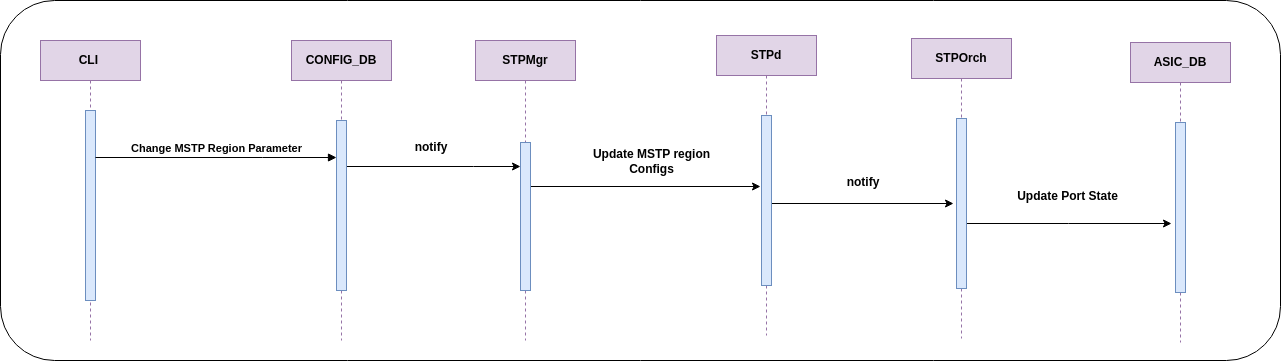
This is doc/MSTP/images/MSTP_Region_Name.drawio.png from sonic-net/SONiC, a draw.io export, as it was before one commit. Source tidied: cells renumbered, new cells last; positions are measured from the earlier drawing's top-left corner, leaving out a move shared by most shapes.
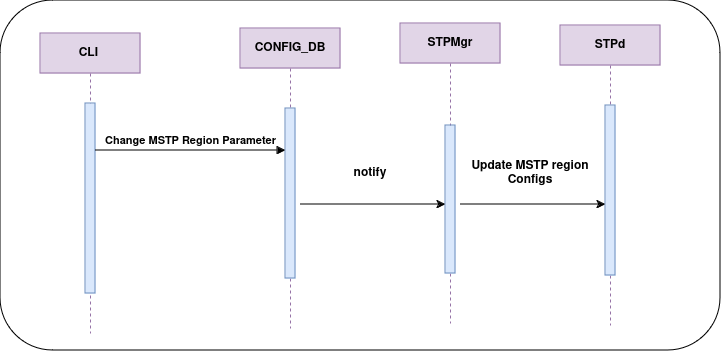
Above is the later version.

Change to the diagram source:
```diff
@@ -3,7 +3,7 @@
     <mxCell id="0" />
     <mxCell id="1" parent="0" />
     <mxCell id="2" style="rounded=1;whiteSpace=wrap;html=1;" parent="1" vertex="1">
-      <mxGeometry width="1280" height="360" as="geometry" />
+      <mxGeometry y="7" width="720" height="350" as="geometry" />
     </mxCell>
     <mxCell id="3" value="CLI&amp;nbsp;" style="shape=umlLifeline;perimeter=lifelinePerimeter;whiteSpace=wrap;html=1;newEdgeStyle={&quot;edgeStyle&quot;:&quot;elbowEdgeStyle&quot;,&quot;elbow&quot;:&quot;vertical&quot;,&quot;curved&quot;:0,&quot;rounded&quot;:0};fillColor=#e1d5e7;strokeColor=#9673a6;fontStyle=1;" parent="1" vertex="1">
       <mxGeometry x="40" y="40" width="100" height="300" as="geometry" />
@@ -11,15 +11,8 @@
     <mxCell id="4" style="html=1;points=[];perimeter=orthogonalPerimeter;outlineConnect=0;targetShapes=umlLifeline;portConstraint=eastwest;newEdgeStyle={&quot;edgeStyle&quot;:&quot;elbowEdgeStyle&quot;,&quot;elbow&quot;:&quot;vertical&quot;,&quot;curved&quot;:0,&quot;rounded&quot;:0};fillColor=#dae8fc;strokeColor=#6c8ebf;fontStyle=1;" parent="3" vertex="1">
       <mxGeometry x="45" y="70" width="10" height="190" as="geometry" />
     </mxCell>
-    <mxCell id="5" style="edgeStyle=elbowEdgeStyle;rounded=0;jettySize=auto;html=1;elbow=vertical;curved=0;fontStyle=1;" parent="1" edge="1" source="6" target="11">
-      <mxGeometry relative="1" as="geometry">
-        <Array as="points">
-          <mxPoint x="473" y="166" />
-        </Array>
-      </mxGeometry>
-    </mxCell>
     <mxCell id="6" value="CONFIG_DB" style="shape=umlLifeline;perimeter=lifelinePerimeter;whiteSpace=wrap;html=1;outlineConnect=0;portConstraint=eastwest;newEdgeStyle={&quot;edgeStyle&quot;:&quot;elbowEdgeStyle&quot;,&quot;elbow&quot;:&quot;vertical&quot;,&quot;curved&quot;:0,&quot;rounded&quot;:0};fillColor=#e1d5e7;strokeColor=#9673a6;fontStyle=1;" parent="1" vertex="1">
-      <mxGeometry x="291" y="40" width="100" height="300" as="geometry" />
+      <mxGeometry x="240" y="35" width="100" height="300" as="geometry" />
     </mxCell>
     <mxCell id="7" style="html=1;points=[];perimeter=orthogonalPerimeter;outlineConnect=0;targetShapes=umlLifeline;portConstraint=eastwest;newEdgeStyle={&quot;edgeStyle&quot;:&quot;elbowEdgeStyle&quot;,&quot;elbow&quot;:&quot;vertical&quot;,&quot;curved&quot;:0,&quot;rounded&quot;:0};fillColor=#dae8fc;strokeColor=#6c8ebf;fontStyle=1;" parent="6" vertex="1">
       <mxGeometry x="45" y="80" width="10" height="170" as="geometry" />
@@ -32,57 +25,38 @@
         </Array>
       </mxGeometry>
     </mxCell>
-    <mxCell id="9" style="edgeStyle=elbowEdgeStyle;rounded=0;jettySize=auto;html=1;elbow=vertical;curved=0;fontStyle=1;" parent="1" edge="1" source="10">
-      <mxGeometry relative="1" as="geometry">
-        <mxPoint x="760" y="186" as="targetPoint" />
-      </mxGeometry>
-    </mxCell>
     <mxCell id="10" value="STPMgr" style="shape=umlLifeline;perimeter=lifelinePerimeter;whiteSpace=wrap;html=1;outlineConnect=0;portConstraint=eastwest;newEdgeStyle={&quot;edgeStyle&quot;:&quot;elbowEdgeStyle&quot;,&quot;elbow&quot;:&quot;vertical&quot;,&quot;curved&quot;:0,&quot;rounded&quot;:0};fillColor=#e1d5e7;strokeColor=#9673a6;fontStyle=1;" parent="1" vertex="1">
-      <mxGeometry x="475" y="40" width="100" height="300" as="geometry" />
+      <mxGeometry x="400" y="30" width="100" height="300" as="geometry" />
     </mxCell>
     <mxCell id="11" style="html=1;points=[];perimeter=orthogonalPerimeter;outlineConnect=0;targetShapes=umlLifeline;portConstraint=eastwest;newEdgeStyle={&quot;edgeStyle&quot;:&quot;elbowEdgeStyle&quot;,&quot;elbow&quot;:&quot;vertical&quot;,&quot;curved&quot;:0,&quot;rounded&quot;:0};fillColor=#dae8fc;strokeColor=#6c8ebf;fontStyle=1;" parent="10" vertex="1">
       <mxGeometry x="45" y="102" width="10" height="148" as="geometry" />
     </mxCell>
-    <mxCell id="12" style="edgeStyle=elbowEdgeStyle;rounded=0;jettySize=auto;html=1;elbow=vertical;curved=0;fontStyle=1;" parent="1" edge="1" source="13">
-      <mxGeometry relative="1" as="geometry">
-        <mxPoint x="953" y="203" as="targetPoint" />
-      </mxGeometry>
-    </mxCell>
     <mxCell id="13" value="STPd" style="shape=umlLifeline;perimeter=lifelinePerimeter;whiteSpace=wrap;html=1;outlineConnect=0;portConstraint=eastwest;newEdgeStyle={&quot;edgeStyle&quot;:&quot;elbowEdgeStyle&quot;,&quot;elbow&quot;:&quot;vertical&quot;,&quot;curved&quot;:0,&quot;rounded&quot;:0};fillColor=#e1d5e7;strokeColor=#9673a6;fontStyle=1;" parent="1" vertex="1">
-      <mxGeometry x="716" y="35" width="100" height="300" as="geometry" />
+      <mxGeometry x="560" y="32" width="100" height="300" as="geometry" />
     </mxCell>
     <mxCell id="14" style="html=1;perimeter=orthogonalPerimeter;targetShapes=umlLifeline;newEdgeStyle={&quot;edgeStyle&quot;:&quot;elbowEdgeStyle&quot;,&quot;elbow&quot;:&quot;vertical&quot;,&quot;curved&quot;:0,&quot;rounded&quot;:0};fillColor=#dae8fc;strokeColor=#6c8ebf;fontStyle=1;" parent="13" vertex="1">
       <mxGeometry x="45" y="80" width="10" height="170" as="geometry" />
     </mxCell>
-    <mxCell id="15" style="edgeStyle=elbowEdgeStyle;rounded=0;orthogonalLoop=1;jettySize=auto;html=1;elbow=vertical;curved=0;fontStyle=1;" parent="1" edge="1">
-      <mxGeometry relative="1" as="geometry">
-        <mxPoint x="965" y="223" as="sourcePoint" />
-        <mxPoint x="1171" y="223" as="targetPoint" />
-      </mxGeometry>
-    </mxCell>
-    <mxCell id="16" value="STPOrch" style="shape=umlLifeline;perimeter=lifelinePerimeter;whiteSpace=wrap;html=1;newEdgeStyle={&quot;edgeStyle&quot;:&quot;elbowEdgeStyle&quot;,&quot;elbow&quot;:&quot;vertical&quot;,&quot;curved&quot;:0,&quot;rounded&quot;:0};fillColor=#e1d5e7;strokeColor=#9673a6;fontStyle=1;" parent="1" vertex="1">
-      <mxGeometry x="911" y="38" width="100" height="300" as="geometry" />
-    </mxCell>
-    <mxCell id="17" style="html=1;perimeter=orthogonalPerimeter;targetShapes=umlLifeline;newEdgeStyle={&quot;edgeStyle&quot;:&quot;elbowEdgeStyle&quot;,&quot;elbow&quot;:&quot;vertical&quot;,&quot;curved&quot;:0,&quot;rounded&quot;:0};fillColor=#dae8fc;strokeColor=#6c8ebf;fontStyle=1;" parent="16" vertex="1">
-      <mxGeometry x="45" y="80" width="10" height="170" as="geometry" />
-    </mxCell>
-    <mxCell id="18" value="ASIC_DB" style="shape=umlLifeline;perimeter=lifelinePerimeter;whiteSpace=wrap;html=1;newEdgeStyle={&quot;edgeStyle&quot;:&quot;elbowEdgeStyle&quot;,&quot;elbow&quot;:&quot;vertical&quot;,&quot;curved&quot;:0,&quot;rounded&quot;:0};fillColor=#e1d5e7;strokeColor=#9673a6;fontStyle=1;" parent="1" vertex="1">
-      <mxGeometry x="1130" y="42" width="100" height="300" as="geometry" />
-    </mxCell>
-    <mxCell id="19" style="html=1;perimeter=orthogonalPerimeter;targetShapes=umlLifeline;newEdgeStyle={&quot;edgeStyle&quot;:&quot;elbowEdgeStyle&quot;,&quot;elbow&quot;:&quot;vertical&quot;,&quot;curved&quot;:0,&quot;rounded&quot;:0};fillColor=#dae8fc;strokeColor=#6c8ebf;fontStyle=1;" parent="18" vertex="1">
-      <mxGeometry x="45" y="80" width="10" height="170" as="geometry" />
-    </mxCell>
     <mxCell id="20" value="notify" style="text;html=1;align=center;verticalAlign=middle;whiteSpace=wrap;rounded=0;fontStyle=1;" parent="1" vertex="1">
-      <mxGeometry x="401" y="132" width="60" height="30" as="geometry" />
+      <mxGeometry x="340" y="165" width="60" height="30" as="geometry" />
     </mxCell>
     <mxCell id="21" value="Update MSTP region Configs" style="text;html=1;align=center;verticalAlign=middle;whiteSpace=wrap;rounded=0;fontStyle=1;" parent="1" vertex="1">
-      <mxGeometry x="569" y="146" width="165" height="30" as="geometry" />
+      <mxGeometry x="470" y="165" width="120" height="30" as="geometry" />
     </mxCell>
-    <mxCell id="22" value="notify" style="text;html=1;align=center;verticalAlign=middle;whiteSpace=wrap;rounded=0;fontStyle=1;" parent="1" vertex="1">
-      <mxGeometry x="833" y="167" width="60" height="30" as="geometry" />
-    </mxCell>
-    <mxCell id="23" value="Update Port State" style="text;html=1;align=center;verticalAlign=middle;whiteSpace=wrap;rounded=0;fontStyle=1;" parent="1" vertex="1">
-      <mxGeometry x="1007" y="181" width="121" height="30" as="geometry" />
-    </mxCell>
+    <mxCell id="24" style="edgeStyle=elbowEdgeStyle;rounded=0;orthogonalLoop=1;jettySize=auto;html=1;elbow=vertical;curved=0;fontStyle=1;" parent="1" edge="1">
+      <mxGeometry relative="1" as="geometry">
+        <mxPoint x="300" y="211" as="sourcePoint" />
+        <mxPoint x="445" y="211" as="targetPoint" />
+      </mxGeometry>
+    </mxCell>
+    <mxCell id="25" style="edgeStyle=elbowEdgeStyle;rounded=0;orthogonalLoop=1;jettySize=auto;html=1;elbow=vertical;curved=0;fontStyle=1;" parent="1" edge="1">
+      <mxGeometry relative="1" as="geometry">
+        <mxPoint x="460" y="211" as="sourcePoint" />
+        <mxPoint x="605" y="211" as="targetPoint" />
+        <Array as="points">
+          <mxPoint x="570" y="211" />
+        </Array>
+      </mxGeometry>
+    </mxCell>
   </root>
 </mxGraphModel>
```
